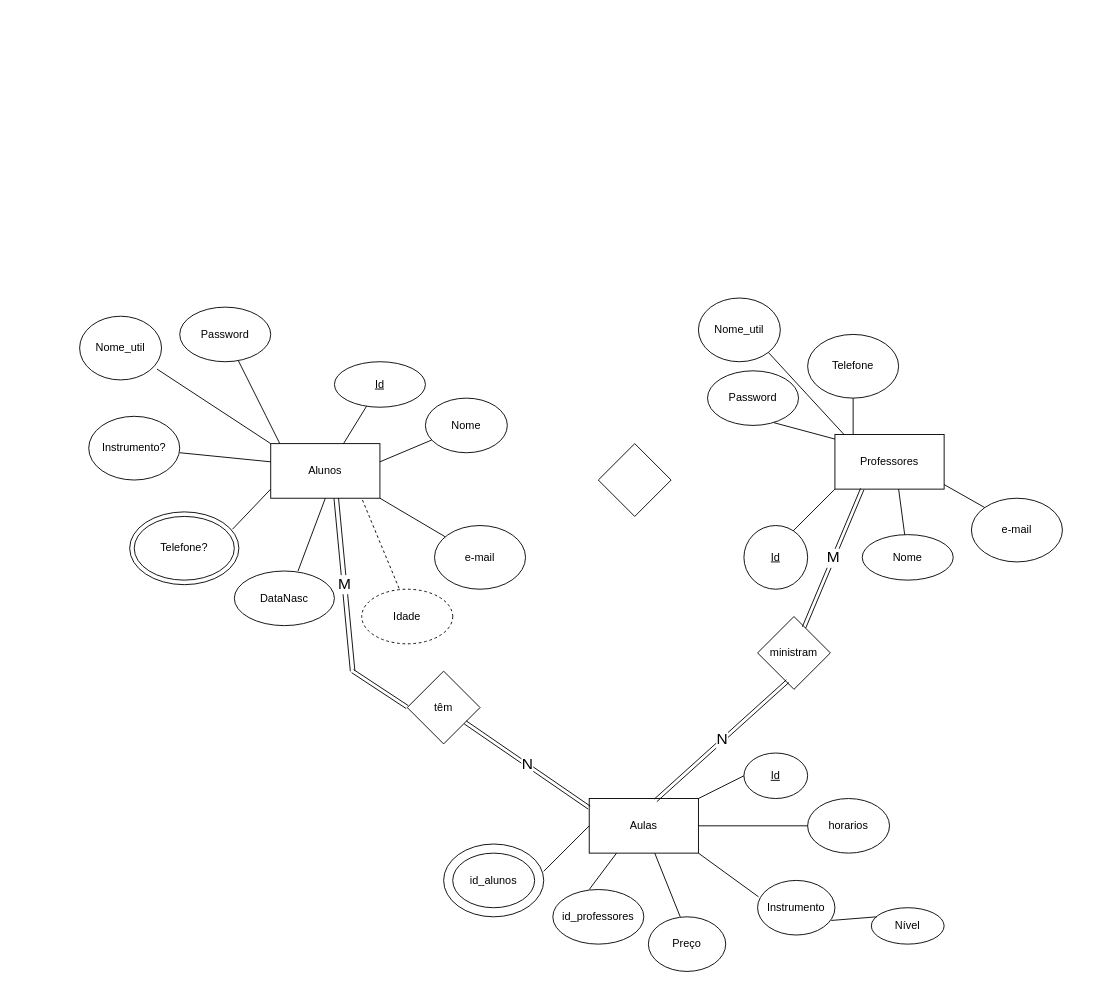
brenexvex/firstproject keeps this draw.io diagram as diagrama_logico.drawio. Above is the earlier version. Source tidied: cells renumbered, new cells numbered last; positions are measured from the earlier drawing's top-left corner, leaving out a move shared by most shapes. Both pictures are drawn from the tidied source at 91%, with x=0, y=0 at pixel (79, 298).
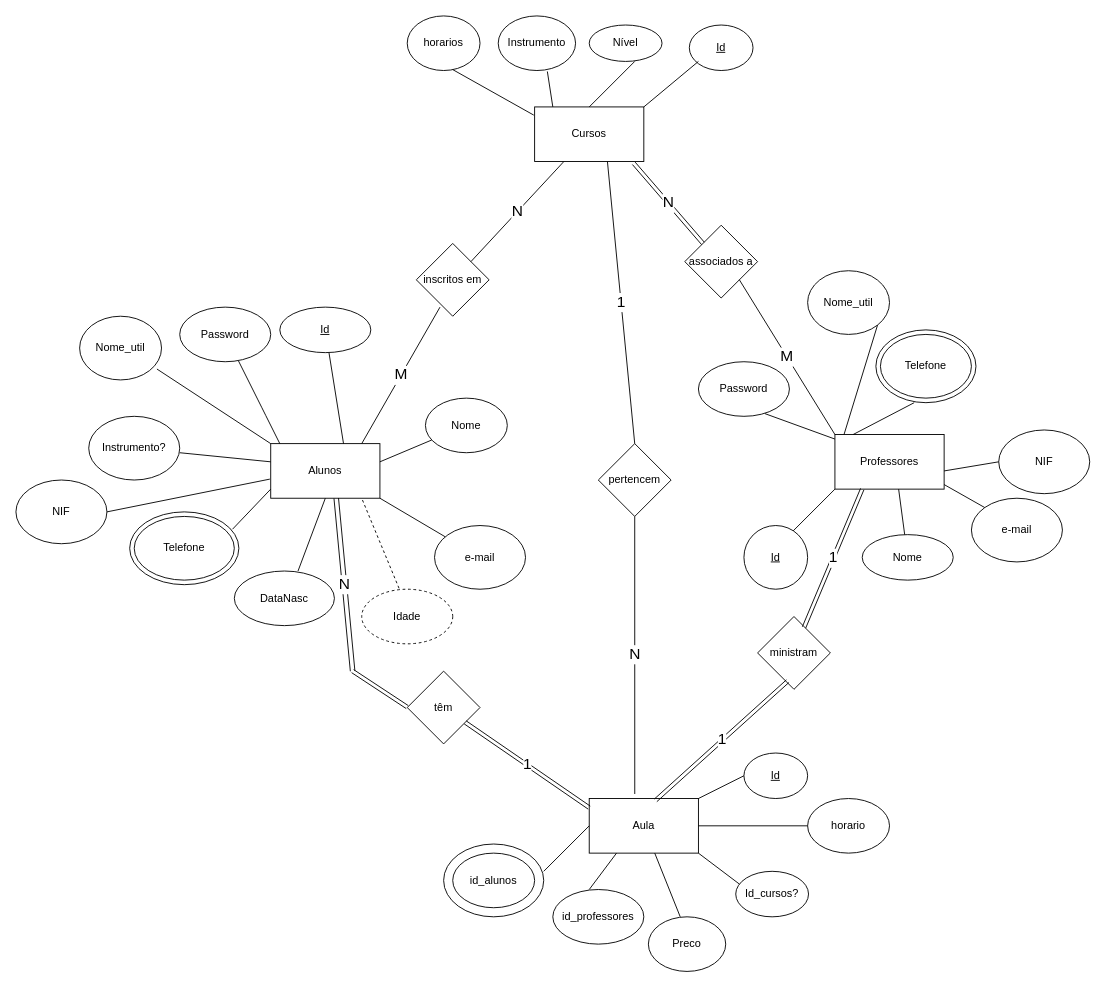
Above is the later version.

The change refers to these unchanged cells:
```xml
<mxCell id="2" value="Alunos" style="rounded=0;whiteSpace=wrap;html=1;" parent="1" vertex="1">
  <mxGeometry x="210" y="160" width="120" height="60" as="geometry" />
</mxCell>
<mxCell id="20" value="Professores" style="rounded=0;whiteSpace=wrap;html=1;" parent="1" vertex="1">
  <mxGeometry x="830" y="150" width="120" height="60" as="geometry" />
</mxCell>
<mxCell id="35" value="ministram" style="rhombus;whiteSpace=wrap;html=1;" parent="1" vertex="1">
  <mxGeometry x="745" y="350" width="80" height="80" as="geometry" />
</mxCell>
<mxCell id="36" value="têm" style="rhombus;whiteSpace=wrap;html=1;" parent="1" vertex="1">
  <mxGeometry x="360" y="410" width="80" height="80" as="geometry" />
</mxCell>
```

What changed in the source:
```diff
@@
     <mxCell id="4" value="&lt;u&gt;Id&lt;/u&gt;" style="ellipse;whiteSpace=wrap;html=1;" parent="1" vertex="1">
-      <mxGeometry x="280" y="70" width="100" height="50" as="geometry" />
+      <mxGeometry x="220" y="10" width="100" height="50" as="geometry" />
     </mxCell>
@@
-    <mxCell id="14" value="Telefone?" style="ellipse;whiteSpace=wrap;html=1;perimeterSpacing=0;shadow=0;sketch=0;strokeWidth=1;gradientDirection=east;" parent="1" vertex="1">
+    <mxCell id="14" value="Telefone" style="ellipse;whiteSpace=wrap;html=1;perimeterSpacing=0;shadow=0;sketch=0;strokeWidth=1;gradientDirection=east;" parent="1" vertex="1">
       <mxGeometry x="60" y="240" width="110" height="70" as="geometry" />
     </mxCell>
@@
-    <mxCell id="27" style="rhombus;whiteSpace=wrap;html=1;" parent="1" vertex="1">
+    <mxCell id="27" value="pertencem" style="rhombus;whiteSpace=wrap;html=1;" parent="1" vertex="1">
       <mxGeometry x="570" y="160" width="80" height="80" as="geometry" />
     </mxCell>
-    <mxCell id="28" value="Aulas" style="rounded=0;whiteSpace=wrap;html=1;" parent="1" vertex="1">
+    <mxCell id="28" value="Aula" style="rounded=0;whiteSpace=wrap;html=1;" parent="1" vertex="1">
       <mxGeometry x="560" y="550" width="120" height="60" as="geometry" />
     </mxCell>
@@
-    <mxCell id="31" value="Instrumento" style="ellipse;whiteSpace=wrap;html=1;" parent="1" vertex="1">
-      <mxGeometry x="745" y="640" width="85" height="60" as="geometry" />
-    </mxCell>
-    <mxCell id="32" style="endArrow=none;html=1;entryX=0.012;entryY=0.3;entryDx=0;entryDy=0;entryPerimeter=0;exitX=1;exitY=1;exitDx=0;exitDy=0;" parent="1" edge="1" source="28" target="31">
-      <mxGeometry relative="1" as="geometry" />
-    </mxCell>
-    <mxCell id="33" value="Nível" style="ellipse;whiteSpace=wrap;html=1;" parent="1" vertex="1">
-      <mxGeometry x="870" y="670" width="80" height="40" as="geometry" />
-    </mxCell>
-    <mxCell id="34" style="endArrow=none;html=1;entryX=0.075;entryY=0.25;entryDx=0;entryDy=0;entryPerimeter=0;exitX=0.953;exitY=0.733;exitDx=0;exitDy=0;exitPerimeter=0;" parent="1" edge="1" source="31" target="33">
-      <mxGeometry relative="1" as="geometry" />
-    </mxCell>
@@
     <mxCell id="39" value="Telefone" style="ellipse;whiteSpace=wrap;html=1;" parent="1" vertex="1">
-      <mxGeometry x="800" y="40" width="100" height="70" as="geometry" />
+      <mxGeometry x="880" y="40" width="100" height="70" as="geometry" />
     </mxCell>
-    <mxCell id="40" style="endArrow=none;html=1;entryX=0.5;entryY=1;entryDx=0;entryDy=0;" parent="1" edge="1" target="39">
+    <mxCell id="40" style="endArrow=none;html=1;entryX=0.383;entryY=1;entryDx=0;entryDy=0;entryPerimeter=0;" parent="1" edge="1" target="80">
       <mxGeometry relative="1" as="geometry">
         <mxPoint x="850" y="150" as="sourcePoint" />
       </mxGeometry>
     </mxCell>
     <mxCell id="41" value="Password" style="ellipse;whiteSpace=wrap;html=1;" parent="1" vertex="1">
-      <mxGeometry x="690" y="80" width="100" height="60" as="geometry" />
+      <mxGeometry x="680" y="70" width="100" height="60" as="geometry" />
     </mxCell>
     <mxCell id="42" value="Nome_util" style="ellipse;whiteSpace=wrap;html=1;" parent="1" vertex="1">
-      <mxGeometry x="680" width="90" height="70" as="geometry" />
+      <mxGeometry x="800" y="-30" width="90" height="70" as="geometry" />
     </mxCell>
@@
-    <mxCell id="45" value="M" style="shape=link;html=1;entryX=0.25;entryY=1;entryDx=0;entryDy=0;exitX=0.638;exitY=0.15;exitDx=0;exitDy=0;exitPerimeter=0;fontSize=17;" parent="1" edge="1" source="35" target="20">
+    <mxCell id="45" value="1" style="shape=link;html=1;entryX=0.25;entryY=1;entryDx=0;entryDy=0;exitX=0.638;exitY=0.15;exitDx=0;exitDy=0;exitPerimeter=0;fontSize=17;" parent="1" edge="1" source="35" target="20">
       <mxGeometry relative="1" as="geometry" />
     </mxCell>
-    <mxCell id="46" value="N" style="shape=link;html=1;exitX=0.608;exitY=0.033;exitDx=0;exitDy=0;exitPerimeter=0;entryX=0.413;entryY=0.888;entryDx=0;entryDy=0;entryPerimeter=0;fontSize=17;" parent="1" edge="1" source="28" target="35">
+    <mxCell id="46" value="1" style="shape=link;html=1;exitX=0.608;exitY=0.033;exitDx=0;exitDy=0;exitPerimeter=0;entryX=0.413;entryY=0.888;entryDx=0;entryDy=0;entryPerimeter=0;fontSize=17;" parent="1" edge="1" source="28" target="35">
       <mxGeometry relative="1" as="geometry" />
     </mxCell>
-    <mxCell id="47" value="M" style="shape=link;html=1;exitX=0.6;exitY=1;exitDx=0;exitDy=0;exitPerimeter=0;width=5;fontSize=17;" parent="1" edge="1" source="2">
+    <mxCell id="47" value="N" style="shape=link;html=1;exitX=0.6;exitY=1;exitDx=0;exitDy=0;exitPerimeter=0;width=5;fontSize=17;" parent="1" edge="1" source="2">
       <mxGeometry relative="1" as="geometry">
         <mxPoint x="300" y="410" as="targetPoint" />
       </mxGeometry>
     </mxCell>
@@
-    <mxCell id="49" value="N" style="shape=link;html=1;endSize=6;fontSize=17;" parent="1" edge="1" source="36">
+    <mxCell id="49" value="1" style="shape=link;html=1;endSize=6;fontSize=17;" parent="1" edge="1" source="36">
       <mxGeometry relative="1" as="geometry">
         <mxPoint x="560" y="560" as="targetPoint" />
       </mxGeometry>
     </mxCell>
@@
-    <mxCell id="55" value="Preço" style="ellipse;whiteSpace=wrap;html=1;fillColor=none;" parent="1" vertex="1">
+    <mxCell id="55" value="Preco" style="ellipse;whiteSpace=wrap;html=1;fillColor=none;" parent="1" vertex="1">
       <mxGeometry x="625" y="680" width="85" height="60" as="geometry" />
     </mxCell>
@@
-    <mxCell id="57" value="&lt;font style=&quot;font-size: 12px;&quot;&gt;horarios&lt;/font&gt;" style="ellipse;whiteSpace=wrap;html=1;fillColor=none;fontSize=12;" parent="1" vertex="1">
+    <mxCell id="57" value="&lt;font style=&quot;font-size: 12px&quot;&gt;horario&lt;/font&gt;" style="ellipse;whiteSpace=wrap;html=1;fillColor=none;fontSize=12;" parent="1" vertex="1">
       <mxGeometry x="800" y="550" width="90" height="60" as="geometry" />
     </mxCell>
@@
+    <mxCell id="59" value="Cursos" style="rounded=0;whiteSpace=wrap;html=1;" parent="1" vertex="1">
+      <mxGeometry x="500" y="-210" width="120" height="60" as="geometry" />
+    </mxCell>
+    <mxCell id="60" value="inscritos em" style="rhombus;whiteSpace=wrap;html=1;" parent="1" vertex="1">
+      <mxGeometry x="370" y="-60" width="80" height="80" as="geometry" />
+    </mxCell>
+    <mxCell id="61" value="associados a" style="rhombus;whiteSpace=wrap;html=1;" parent="1" vertex="1">
+      <mxGeometry x="665" y="-80" width="80" height="80" as="geometry" />
+    </mxCell>
+    <mxCell id="62" value="1" style="endArrow=none;html=1;exitX=0.5;exitY=0;exitDx=0;exitDy=0;fontSize=17;" parent="1" edge="1" source="27">
+      <mxGeometry relative="1" as="geometry">
+        <mxPoint x="580" y="-150" as="targetPoint" />
+      </mxGeometry>
+    </mxCell>
+    <mxCell id="63" value="N" style="endArrow=none;html=1;fontSize=17;exitX=0.417;exitY=-0.083;exitDx=0;exitDy=0;exitPerimeter=0;" parent="1" edge="1" source="28">
+      <mxGeometry relative="1" as="geometry">
+        <mxPoint x="610" y="240" as="targetPoint" />
+      </mxGeometry>
+    </mxCell>
+    <mxCell id="64" value="M" style="endArrow=none;html=1;fontSize=17;entryX=0.325;entryY=0.875;entryDx=0;entryDy=0;entryPerimeter=0;" parent="1" edge="1" target="60">
+      <mxGeometry relative="1" as="geometry">
+        <mxPoint x="310" y="160" as="sourcePoint" />
+      </mxGeometry>
+    </mxCell>
+    <mxCell id="65" value="N" style="endArrow=none;html=1;fontSize=17;" parent="1" edge="1" target="59">
+      <mxGeometry relative="1" as="geometry">
+        <mxPoint x="430" y="-40" as="sourcePoint" />
+      </mxGeometry>
+    </mxCell>
+    <mxCell id="66" value="M" style="endArrow=none;html=1;fontSize=17;exitX=0;exitY=0;exitDx=0;exitDy=0;entryX=1;entryY=1;entryDx=0;entryDy=0;" parent="1" edge="1" source="20" target="61">
+      <mxGeometry relative="1" as="geometry" />
+    </mxCell>
+    <mxCell id="67" value="N" style="shape=link;html=1;fontSize=17;exitX=0.908;exitY=1.033;exitDx=0;exitDy=0;exitPerimeter=0;entryX=0;entryY=0;entryDx=0;entryDy=0;" parent="1" edge="1" source="59" target="61">
+      <mxGeometry relative="1" as="geometry" />
+    </mxCell>
+    <mxCell id="33" value="Nível" style="ellipse;whiteSpace=wrap;html=1;" parent="1" vertex="1">
+      <mxGeometry x="560" y="-300" width="80" height="40" as="geometry" />
+    </mxCell>
+    <mxCell id="31" value="Instrumento" style="ellipse;whiteSpace=wrap;html=1;" parent="1" vertex="1">
+      <mxGeometry x="460" y="-310" width="85" height="60" as="geometry" />
+    </mxCell>
+    <mxCell id="68" style="endArrow=none;html=1;fontSize=17;" parent="1" edge="1">
+      <mxGeometry relative="1" as="geometry">
+        <mxPoint x="560" y="-210" as="sourcePoint" />
+        <mxPoint x="610" y="-260" as="targetPoint" />
+      </mxGeometry>
+    </mxCell>
+    <mxCell id="69" style="endArrow=none;html=1;fontSize=17;entryX=0.635;entryY=1.017;entryDx=0;entryDy=0;entryPerimeter=0;" parent="1" edge="1" target="31">
+      <mxGeometry relative="1" as="geometry">
+        <mxPoint x="520" y="-210" as="sourcePoint" />
+      </mxGeometry>
+    </mxCell>
+    <mxCell id="70" value="Id_cursos?" style="ellipse;whiteSpace=wrap;html=1;fontSize=12;" parent="1" vertex="1">
+      <mxGeometry x="721" y="630" width="80" height="50" as="geometry" />
+    </mxCell>
+    <mxCell id="71" style="endArrow=none;html=1;fontSize=12;exitX=0.05;exitY=0.28;exitDx=0;exitDy=0;exitPerimeter=0;entryX=1;entryY=1;entryDx=0;entryDy=0;" parent="1" edge="1" source="70" target="28">
+      <mxGeometry relative="1" as="geometry" />
+    </mxCell>
+    <mxCell id="72" value="Id" style="ellipse;whiteSpace=wrap;html=1;fontSize=12;fontStyle=4;" parent="1" vertex="1">
+      <mxGeometry x="670" y="-300" width="70" height="50" as="geometry" />
+    </mxCell>
+    <mxCell id="73" style="endArrow=none;html=1;fontSize=12;exitX=1;exitY=0;exitDx=0;exitDy=0;" parent="1" edge="1" source="59">
+      <mxGeometry relative="1" as="geometry">
+        <mxPoint x="680" y="-260" as="targetPoint" />
+      </mxGeometry>
+    </mxCell>
+    <mxCell id="74" value="horarios" style="ellipse;whiteSpace=wrap;html=1;fontSize=12;" parent="1" vertex="1">
+      <mxGeometry x="360" y="-310" width="80" height="60" as="geometry" />
+    </mxCell>
+    <mxCell id="75" style="endArrow=none;html=1;fontSize=12;exitX=-0.008;exitY=0.15;exitDx=0;exitDy=0;exitPerimeter=0;entryX=0.625;entryY=0.983;entryDx=0;entryDy=0;entryPerimeter=0;" parent="1" edge="1" source="59" target="74">
+      <mxGeometry relative="1" as="geometry" />
+    </mxCell>
+    <mxCell id="76" value="NIF" style="ellipse;whiteSpace=wrap;html=1;fontSize=12;" parent="1" vertex="1">
+      <mxGeometry x="-70" y="200" width="100" height="70" as="geometry" />
+    </mxCell>
+    <mxCell id="77" style="endArrow=none;html=1;fontSize=12;entryX=-0.008;entryY=0.65;entryDx=0;entryDy=0;entryPerimeter=0;" parent="1" edge="1" target="2">
+      <mxGeometry relative="1" as="geometry">
+        <mxPoint x="30" y="235" as="sourcePoint" />
+      </mxGeometry>
+    </mxCell>
+    <mxCell id="78" value="NIF" style="ellipse;whiteSpace=wrap;html=1;fontSize=12;" parent="1" vertex="1">
+      <mxGeometry x="1010" y="145" width="100" height="70" as="geometry" />
+    </mxCell>
+    <mxCell id="79" style="endArrow=none;html=1;fontSize=12;entryX=0;entryY=0.5;entryDx=0;entryDy=0;" parent="1" edge="1" target="78">
+      <mxGeometry relative="1" as="geometry">
+        <mxPoint x="950" y="190" as="sourcePoint" />
+      </mxGeometry>
+    </mxCell>
+    <mxCell id="80" style="ellipse;whiteSpace=wrap;html=1;rounded=0;sketch=0;fillColor=none;" parent="1" vertex="1">
+      <mxGeometry x="875" y="35" width="110" height="80" as="geometry" />
+    </mxCell>
```
